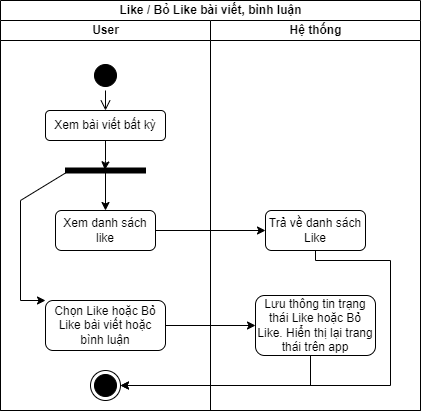
The draw.io diagram activity diagram/like.drawio.png in kienndhn/draw-io, before a commit. Source tidied: cells renumbered, new cells last; positions are measured from the earlier drawing's top-left corner, leaving out a move shared by most shapes.
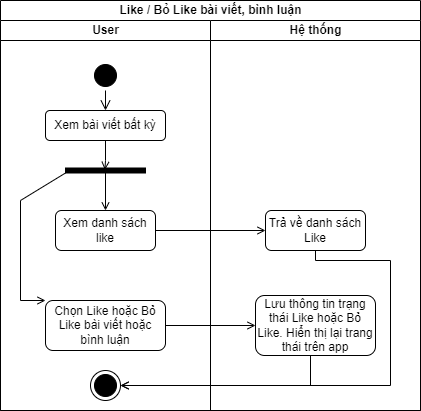
Above is the later version.

The edit, as a diff of the source:
```diff
@@ -14,7 +14,7 @@
     <mxCell id="5" style="edgeStyle=orthogonalEdgeStyle;html=1;verticalAlign=bottom;endArrow=open;endSize=8;strokeColor=#000000;rounded=0;entryX=0.5;entryY=0;entryDx=0;entryDy=0;" parent="3" edge="1" source="4" target="7">
       <mxGeometry relative="1" as="geometry" />
     </mxCell>
-    <mxCell id="6" style="edgeStyle=orthogonalEdgeStyle;rounded=0;jettySize=auto;html=1;entryX=0.38;entryY=0.507;entryDx=0;entryDy=0;entryPerimeter=0;" parent="3" edge="1" source="7" target="12">
+    <mxCell id="6" style="edgeStyle=orthogonalEdgeStyle;rounded=0;jettySize=auto;html=1;entryX=0.38;entryY=0.507;entryDx=0;entryDy=0;entryPerimeter=0;endArrow=open;endFill=0;" parent="3" edge="1" source="7" target="12">
       <mxGeometry relative="1" as="geometry" />
     </mxCell>
     <mxCell id="7" value="Xem bài viết bất kỳ" style="rounded=1;whiteSpace=wrap;html=1;strokeColor=#000000;" parent="3" vertex="1">
@@ -26,14 +26,14 @@
     <mxCell id="9" style="ellipse;html=1;shape=endState;fillColor=#000000;strokeColor=#000000;" parent="3" vertex="1">
       <mxGeometry x="90" y="350" width="30" height="30" as="geometry" />
     </mxCell>
-    <mxCell id="10" style="edgeStyle=orthogonalEdgeStyle;rounded=0;jettySize=auto;html=1;entryX=0;entryY=0;entryDx=0;entryDy=0;" parent="3" edge="1" source="12" target="8">
+    <mxCell id="10" style="edgeStyle=orthogonalEdgeStyle;rounded=0;jettySize=auto;html=1;entryX=0;entryY=0;entryDx=0;entryDy=0;endArrow=open;endFill=0;" parent="3" edge="1" source="12" target="8">
       <mxGeometry relative="1" as="geometry">
         <Array as="points">
           <mxPoint x="20" y="180" />
         </Array>
       </mxGeometry>
     </mxCell>
-    <mxCell id="11" style="edgeStyle=orthogonalEdgeStyle;rounded=0;jettySize=auto;html=1;" parent="3" edge="1" source="12" target="13">
+    <mxCell id="11" style="edgeStyle=orthogonalEdgeStyle;rounded=0;jettySize=auto;html=1;endArrow=open;endFill=0;" parent="3" edge="1" source="12" target="13">
       <mxGeometry relative="1" as="geometry" />
     </mxCell>
     <mxCell id="12" style="html=1;points=[];perimeter=orthogonalPerimeter;fillColor=strokeColor;rotation=90;" parent="3" vertex="1">
@@ -42,10 +42,10 @@
     <mxCell id="13" value="Xem danh sách like" style="rounded=1;whiteSpace=wrap;html=1;" parent="3" vertex="1">
       <mxGeometry x="55" y="190" width="100" height="40" as="geometry" />
     </mxCell>
-    <mxCell id="14" style="edgeStyle=orthogonalEdgeStyle;rounded=0;jettySize=auto;html=1;entryX=0;entryY=0.5;entryDx=0;entryDy=0;strokeColor=#000000;" parent="2" edge="1" source="8" target="17">
+    <mxCell id="14" style="edgeStyle=orthogonalEdgeStyle;rounded=0;jettySize=auto;html=1;entryX=0;entryY=0.5;entryDx=0;entryDy=0;strokeColor=#000000;endArrow=open;endFill=0;" parent="2" edge="1" source="8" target="17">
       <mxGeometry relative="1" as="geometry" />
     </mxCell>
-    <mxCell id="15" style="edgeStyle=orthogonalEdgeStyle;rounded=0;jettySize=auto;html=1;entryX=1;entryY=0.5;entryDx=0;entryDy=0;strokeColor=#000000;" parent="2" edge="1" source="17" target="9">
+    <mxCell id="15" style="edgeStyle=orthogonalEdgeStyle;rounded=0;jettySize=auto;html=1;entryX=1;entryY=0.5;entryDx=0;entryDy=0;strokeColor=#000000;endArrow=open;endFill=0;" parent="2" edge="1" source="17" target="9">
       <mxGeometry relative="1" as="geometry">
         <Array as="points">
           <mxPoint x="310" y="385" />
@@ -61,10 +61,10 @@
     <mxCell id="18" value="Trả về danh sách Like" style="rounded=1;whiteSpace=wrap;html=1;" parent="16" vertex="1">
       <mxGeometry x="55" y="190" width="100" height="40" as="geometry" />
     </mxCell>
-    <mxCell id="19" style="edgeStyle=orthogonalEdgeStyle;rounded=0;jettySize=auto;html=1;" parent="2" edge="1" source="13" target="18">
+    <mxCell id="19" style="edgeStyle=orthogonalEdgeStyle;rounded=0;jettySize=auto;html=1;endArrow=open;endFill=0;" parent="2" edge="1" source="13" target="18">
       <mxGeometry relative="1" as="geometry" />
     </mxCell>
-    <mxCell id="20" style="edgeStyle=orthogonalEdgeStyle;rounded=0;jettySize=auto;html=1;" parent="2" edge="1" source="18" target="9">
+    <mxCell id="20" style="edgeStyle=orthogonalEdgeStyle;rounded=0;jettySize=auto;html=1;endArrow=open;endFill=0;" parent="2" edge="1" source="18" target="9">
       <mxGeometry relative="1" as="geometry">
         <Array as="points">
           <mxPoint x="315" y="260" />
```
